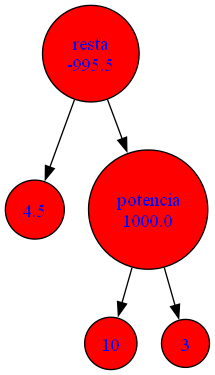
Before: GraficaArbol.png, a diagram exported from Graphviz (Javier-201906795/LFP_S2_2023_Proyecto1_201906795). Its source is kept beside it as GraficaArbol.dot.
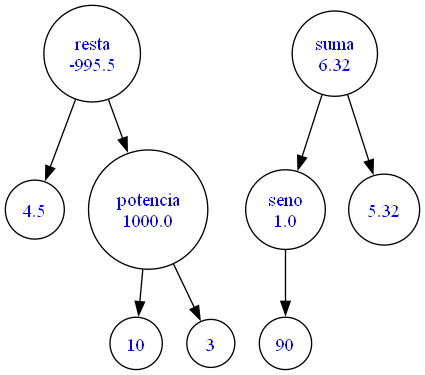
The same diagram one commit later.

Change to the diagram source:
```diff
@@ -1,5 +1,5 @@
 digraph Grafica {
-	node [fillcolor=red fontcolor=blue shape=circle style=filled]
+	node [fillcolor=white fontcolor=blue shape=circle style=filled]
 	x1 [label=4.5]
 	x2 [label=10]
 	x3 [label=3]
@@ -11,4 +11,13 @@
 -995.5"]
 	x5 -> x4
 	x5 -> x1
+	x6 [label="seno
+1.0"]
+	x7 [label=90]
+	x6 -> x7
+	x8 [label=5.32]
+	x9 [label="suma
+6.32"]
+	x9 -> x8
+	x9 -> x6
 }
```
